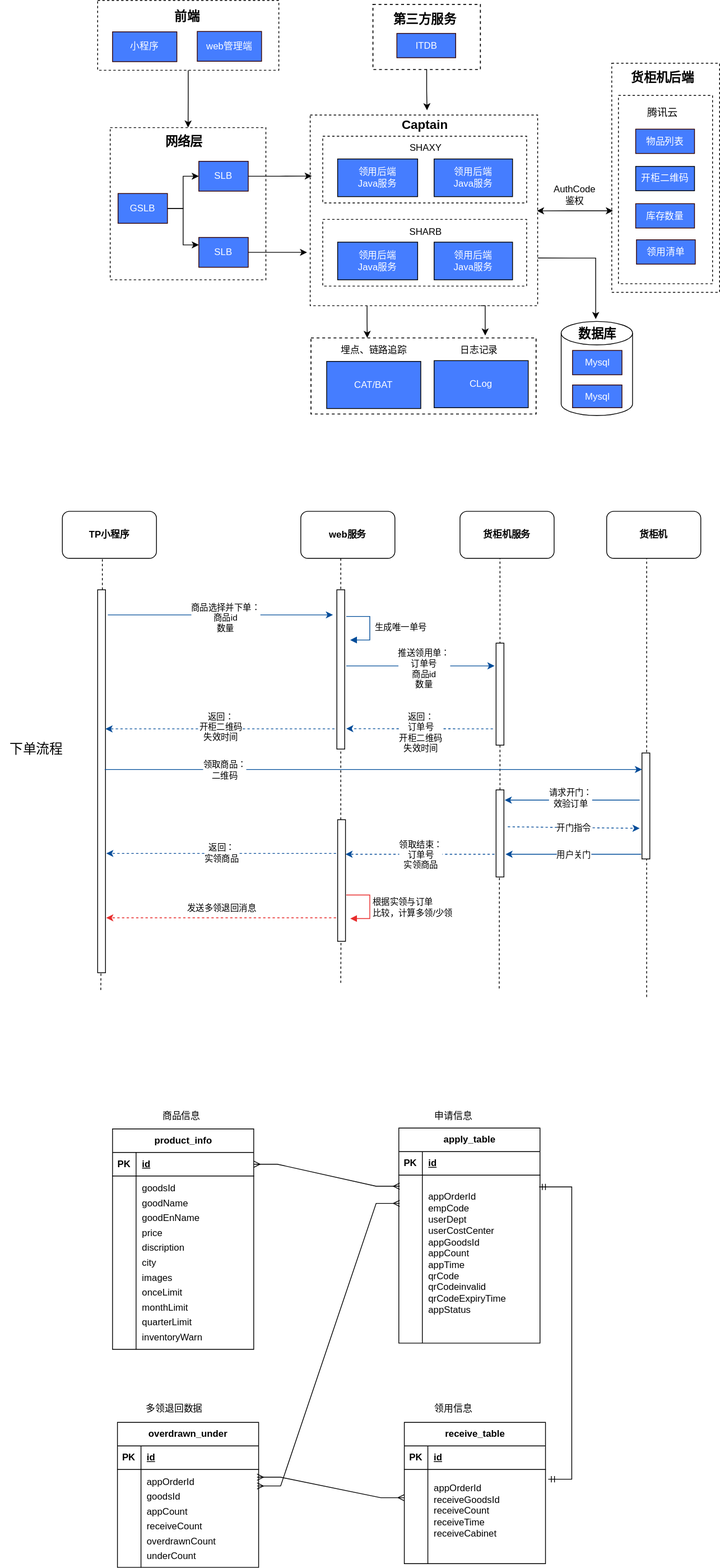
Before: 行政称重柜.svg, a diagram exported from draw.io (heaquan/xmind). Source tidied: cells renumbered, new cells last; positions are measured from the earlier drawing's top-left corner, leaving out a move shared by most shapes.
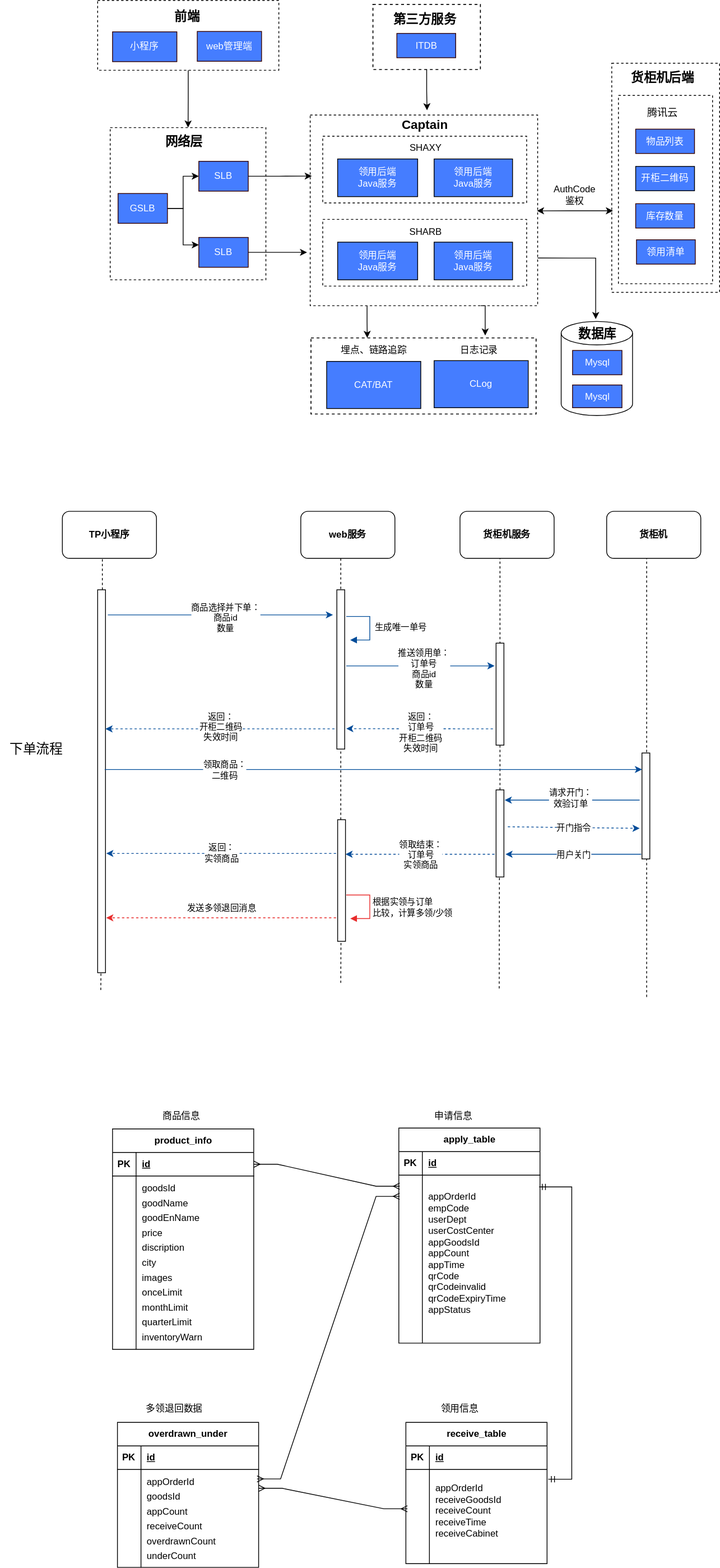
The same file after the commit.

Commit message:
更新行政称重柜.svg

Diff of the diagram source:
```diff
@@ -394,7 +394,7 @@
       <mxGeometry x="30" width="150" height="214" as="geometry" />
     </mxCell>
     <mxCell id="110" value="receive_table" style="shape=table;startSize=30;rowLines=0;fontStyle=1;align=center;html=1;" parent="1" vertex="1">
-      <mxGeometry x="515" y="1812" width="180" height="180" as="geometry" />
+      <mxGeometry x="517" y="1812" width="180" height="180" as="geometry" />
     </mxCell>
     <mxCell id="111" style="shape=tableRow;horizontal=0;startSize=0;swimlaneHead=0;swimlaneBody=0;fillColor=none;top=0;left=0;right=0;bottom=1;" parent="110" vertex="1">
       <mxGeometry y="30" width="180" height="30" as="geometry" />
@@ -443,12 +443,16 @@
     <mxCell id="124" value="&lt;table style=&quot;border-collapse:&lt;br/&gt; collapse;width:98pt&quot; width=&quot;130&quot; cellspacing=&quot;0&quot; cellpadding=&quot;0&quot; border=&quot;0&quot;&gt;&lt;colgroup&gt;&lt;col style=&quot;mso-width-source:userset;mso-width-alt:4160;width:98pt&quot; width=&quot;130&quot;&gt;&lt;/colgroup&gt;&lt;tbody&gt;&lt;tr style=&quot;height:14.25pt&quot; height=&quot;19&quot;&gt;&lt;td style=&quot;height:14.25pt;width:98pt&quot; width=&quot;130&quot; height=&quot;19&quot;&gt;appOrderId&lt;/td&gt; &lt;/tr&gt; &lt;tr style=&quot;height:14.25pt&quot; height=&quot;19&quot;&gt;  &lt;td style=&quot;height:14.25pt&quot; height=&quot;19&quot;&gt;goodsId&lt;/td&gt; &lt;/tr&gt; &lt;tr style=&quot;height:14.25pt&quot; height=&quot;19&quot;&gt;  &lt;td style=&quot;height:14.25pt&quot; height=&quot;19&quot;&gt;appCount&lt;/td&gt; &lt;/tr&gt; &lt;tr style=&quot;height:14.25pt&quot; height=&quot;19&quot;&gt;  &lt;td style=&quot;height:14.25pt&quot; height=&quot;19&quot;&gt;receiveCount&lt;/td&gt; &lt;/tr&gt; &lt;tr style=&quot;height:14.25pt&quot; height=&quot;19&quot;&gt;  &lt;td style=&quot;height:14.25pt&quot; height=&quot;19&quot;&gt;overdrawnCount&lt;/td&gt; &lt;/tr&gt; &lt;tr style=&quot;height:14.25pt&quot; height=&quot;19&quot;&gt;  &lt;td style=&quot;height:14.25pt&quot; height=&quot;19&quot;&gt;underCount&lt;br&gt;&lt;/td&gt;&lt;td style=&quot;height:14.25pt&quot; height=&quot;19&quot;&gt;&lt;br&gt;&lt;/td&gt;&lt;td style=&quot;height:14.25pt&quot; height=&quot;19&quot;&gt;&lt;/td&gt;&lt;/tr&gt;&lt;/tbody&gt;&lt;/table&gt;" style="shape=partialRectangle;fillColor=none;top=0;left=0;bottom=0;right=0;align=left;spacingLeft=6;overflow=hidden;whiteSpace=wrap;html=1;" parent="122" vertex="1">
       <mxGeometry x="30" width="150" height="125" as="geometry" />
     </mxCell>
-    <mxCell id="125" style="edgeStyle=entityRelationEdgeStyle;fontSize=12;html=1;endArrow=ERmany;startArrow=ERmany;rounded=0;entryX=0;entryY=0.3;entryDx=0;entryDy=0;entryPerimeter=0;exitX=0.989;exitY=0.079;exitDx=0;exitDy=0;exitPerimeter=0;" parent="1" edge="1" source="122" target="114">
-      <mxGeometry relative="1" as="geometry" />
+    <mxCell id="125" style="edgeStyle=entityRelationEdgeStyle;fontSize=12;html=1;endArrow=ERmany;startArrow=ERmany;rounded=0;entryX=0;entryY=0.3;entryDx=0;entryDy=0;entryPerimeter=0;exitX=0.989;exitY=0.079;exitDx=0;exitDy=0;exitPerimeter=0;" parent="1" edge="1">
+      <mxGeometry relative="1" as="geometry">
+        <mxPoint x="329.2" y="1896" as="sourcePoint" />
+        <mxPoint x="519" y="1922.1" as="targetPoint" />
+      </mxGeometry>
     </mxCell>
-    <mxCell id="126" style="edgeStyle=entityRelationEdgeStyle;fontSize=12;html=1;endArrow=ERmany;startArrow=ERmany;rounded=0;exitX=1;exitY=0.5;exitDx=0;exitDy=0;entryX=0.006;entryY=0.168;entryDx=0;entryDy=0;entryPerimeter=0;" parent="1" edge="1" target="107">
+    <mxCell id="126" style="edgeStyle=entityRelationEdgeStyle;fontSize=12;html=1;endArrow=ERmany;startArrow=ERmany;rounded=0;exitX=1;exitY=0.5;exitDx=0;exitDy=0;entryX=0.006;entryY=0.168;entryDx=0;entryDy=0;entryPerimeter=0;" parent="1" edge="1">
       <mxGeometry relative="1" as="geometry">
-        <mxPoint x="327.3" y="1893" as="sourcePoint" />
+        <mxPoint x="327.2" y="1884.1" as="sourcePoint" />
+        <mxPoint x="509" y="1524" as="targetPoint" />
       </mxGeometry>
     </mxCell>
     <mxCell id="127" value="商品信息" style="text;strokeColor=none;fillColor=none;spacingLeft=4;spacingRight=4;overflow=hidden;fontSize=12;whiteSpace=wrap;html=1;" parent="1" vertex="1">
@@ -458,7 +462,7 @@
       <mxGeometry x="548" y="1408" width="76" height="30" as="geometry" />
     </mxCell>
     <mxCell id="129" value="领用信息" style="text;strokeColor=none;fillColor=none;spacingLeft=4;spacingRight=4;overflow=hidden;fontSize=12;whiteSpace=wrap;html=1;" parent="1" vertex="1">
-      <mxGeometry x="548" y="1781" width="76" height="30" as="geometry" />
+      <mxGeometry x="556" y="1781" width="76" height="30" as="geometry" />
     </mxCell>
     <mxCell id="130" value="多领退回数据" style="text;strokeColor=none;fillColor=none;spacingLeft=4;spacingRight=4;overflow=hidden;fontSize=12;whiteSpace=wrap;html=1;" parent="1" vertex="1">
       <mxGeometry x="180" y="1781" width="129" height="30" as="geometry" />
```
